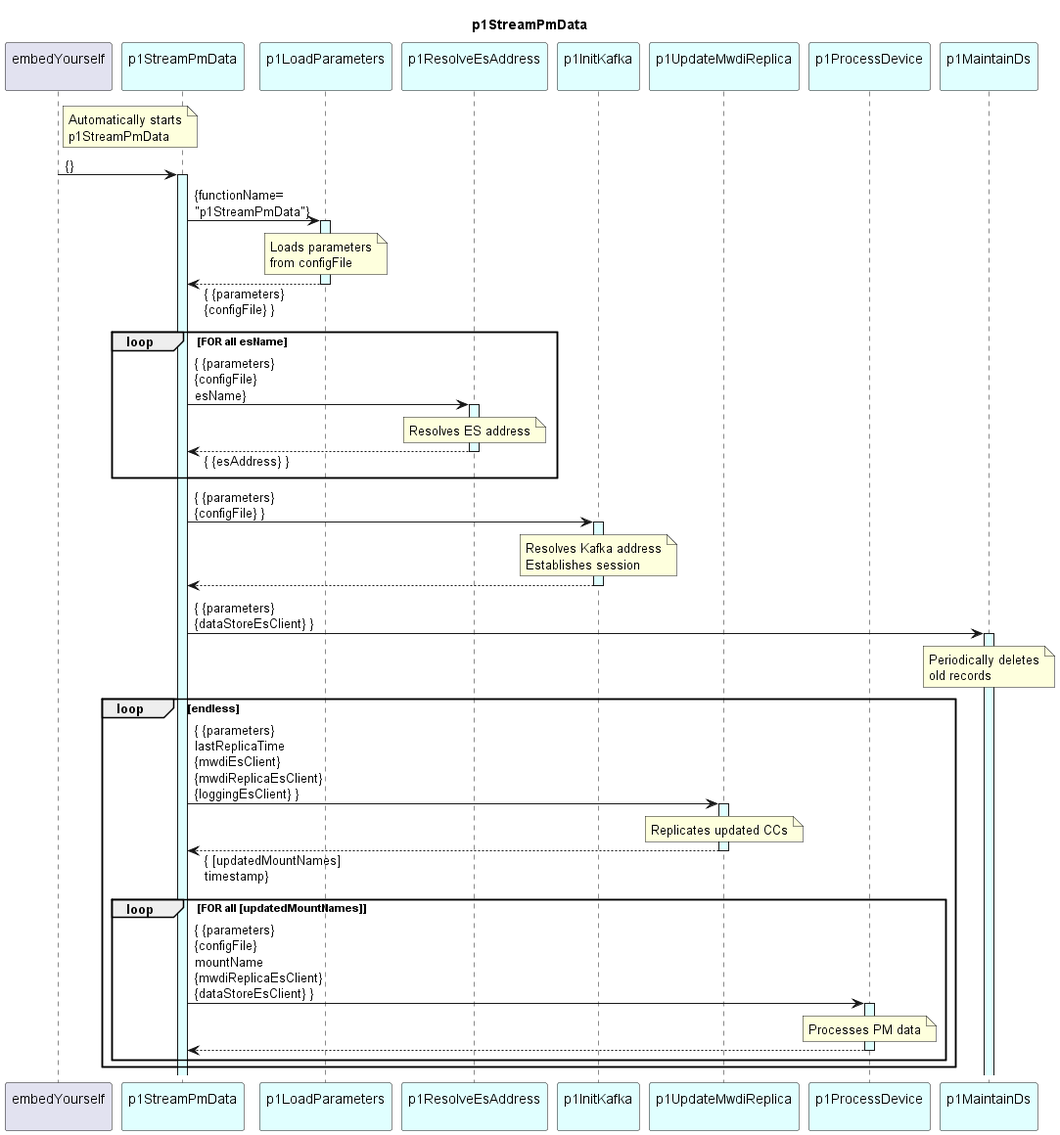
This is spec/Functions/p1StreamPmData/1.0.0/p1StreamPmData.png from openBackhaul/DevicePerformanceManagementDataProcessor, a PlantUML export, as it was before one commit.
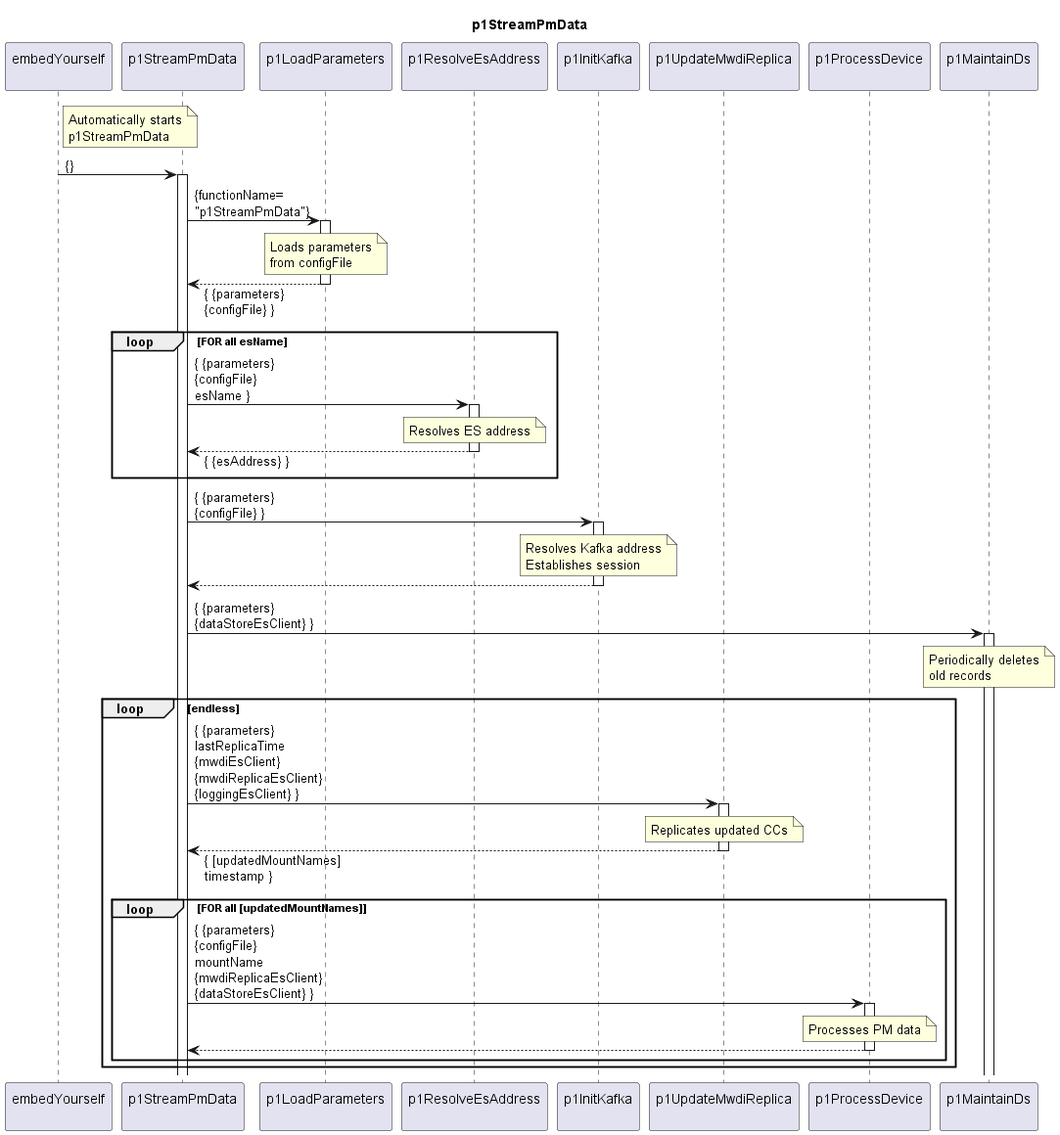
The same diagram one commit later.

Diff of the diagram source:
```diff
@@ -6,23 +6,23 @@
 end title
 
 participant "embedYourself\n" as embed
-participant "p1StreamPmData\n" as p1RMWDI #LightCyan
-participant "p1LoadParameters\n" as p1LP #LightCyan
-participant "p1ResolveEsAddress\n" as p1REA #LightCyan
-participant "p1InitKafka\n" as p1InitKafka #LightCyan
-participant "p1UpdateMwdiReplica\n" as p1UMR #LightCyan
-participant "p1ProcessDevice\n" as p1ProcessPm #LightCyan
-participant "p1MaintainDs\n" as p1MDS #LightCyan
+participant "p1StreamPmData\n" as p1RMWDI
+participant "p1LoadParameters\n" as p1LP
+participant "p1ResolveEsAddress\n" as p1REA
+participant "p1InitKafka\n" as p1InitKafka
+participant "p1UpdateMwdiReplica\n" as p1UMR
+participant "p1ProcessDevice\n" as p1ProcessPm
+participant "p1MaintainDs\n" as p1MDS
 
 note right embed
   Automatically starts
   p1StreamPmData
 end note
 embed -> p1RMWDI : {}
-activate p1RMWDI #LightCyan
+activate p1RMWDI
 
   p1RMWDI -> p1LP : {functionName=\n"p1StreamPmData"}
-  activate p1LP #LightCyan
+  activate p1LP
     note over p1LP
       Loads parameters
       from configFile
@@ -31,8 +31,8 @@
   deactivate p1LP
 
   Loop FOR all esName
-    p1RMWDI -> p1REA : { {parameters}\n{configFile}\nesName}
-    activate p1REA #LightCyan
+    p1RMWDI -> p1REA : { {parameters}\n{configFile}\nesName }
+    activate p1REA
       note over p1REA
         Resolves ES address
       end note
@@ -41,7 +41,7 @@
   end Loop
 
     p1RMWDI -> p1InitKafka : { {parameters}\n{configFile} }
-    activate p1InitKafka #LightCyan
+    activate p1InitKafka
 
       note over p1InitKafka
         Resolves Kafka address
@@ -52,7 +52,7 @@
     deactivate p1InitKafka
 
   p1RMWDI -> p1MDS : { {parameters}\n{dataStoreEsClient} }
-  activate p1MDS #LightCyan
+  activate p1MDS
     note over p1MDS
       Periodically deletes
       old records
@@ -61,16 +61,16 @@
   loop endless
 
     p1RMWDI -> p1UMR : { {parameters}\nlastReplicaTime\n{mwdiEsClient}\n{mwdiReplicaEsClient}\n{loggingEsClient} }
-    activate p1UMR #LightCyan
+    activate p1UMR
       note over p1UMR
         Replicates updated CCs
       end note
-    p1RMWDI <-- p1UMR : { [updatedMountNames]\ntimestamp}
+    p1RMWDI <-- p1UMR : { [updatedMountNames]\ntimestamp }
     deactivate p1UMR
 
     loop FOR all [updatedMountNames]
       p1RMWDI -> p1ProcessPm : { {parameters}\n{configFile}\nmountName\n{mwdiReplicaEsClient}\n{dataStoreEsClient} }
-      activate p1ProcessPm #LightCyan
+      activate p1ProcessPm
         note over p1ProcessPm
           Processes PM data
         end note
```
